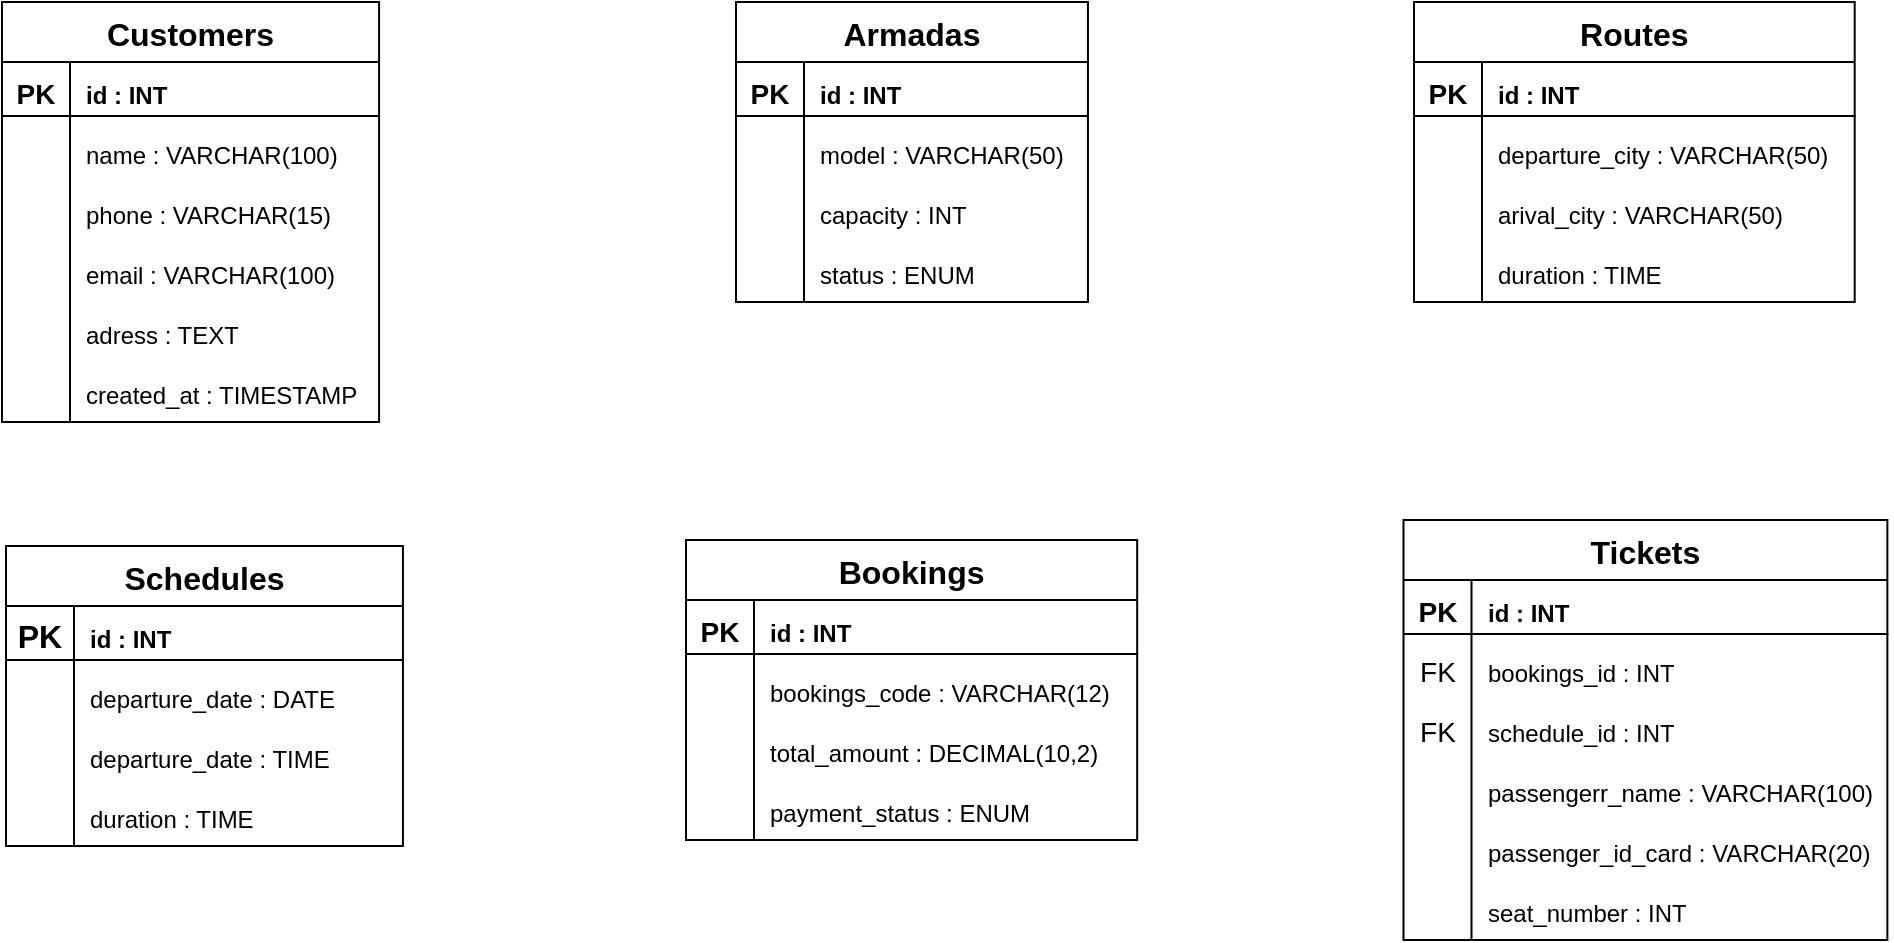
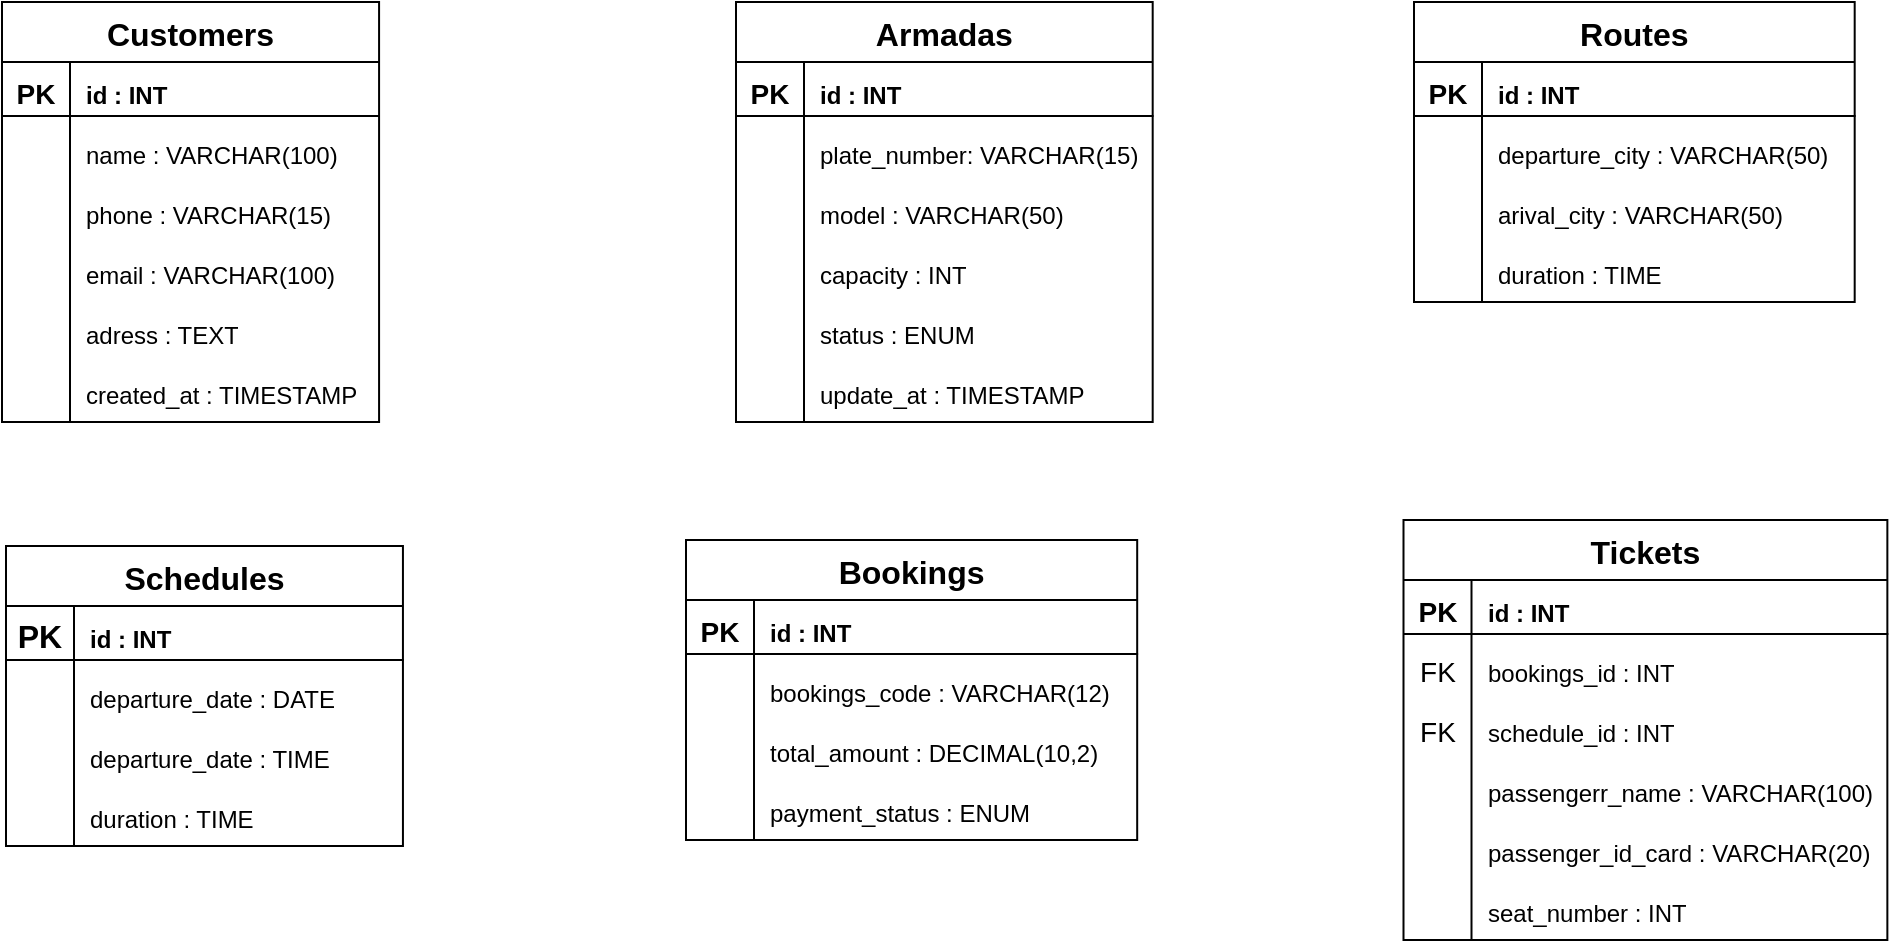
<mxfile host="Electron">
  <diagram name="Page-1" id="kJ8Mc6y_ZzB0DB1dgNBE">
-     <mxGraphModel dx="1019" dy="602" grid="0" gridSize="10" guides="1" tooltips="1" connect="1" arrows="1" fold="1" page="1" pageScale="1" pageWidth="1169" pageHeight="827" background="#ffffff" math="0" shadow="0">
+     <mxGraphModel dx="1439" dy="849" grid="0" gridSize="10" guides="1" tooltips="1" connect="1" arrows="1" fold="1" page="1" pageScale="1" pageWidth="1169" pageHeight="827" background="#ffffff" math="0" shadow="0">
      <root>
        <mxCell id="0" />
        <mxCell id="1" parent="0" />
        <mxCell id="spA_d-TOyame6YQLWrdW-179" parent="1" style="shape=table;startSize=30;container=1;collapsible=0;childLayout=tableLayout;fixedRows=1;rowLines=0;fontStyle=1;strokeColor=#000000;fontSize=16;fontColor=#000000;fillColor=#FFFFFF;" value="Customers" vertex="1">
          <mxGeometry height="210" width="188.54173932756737" x="130" y="88" as="geometry" />
        </mxCell>
        <mxCell id="spA_d-TOyame6YQLWrdW-180" parent="spA_d-TOyame6YQLWrdW-179" style="shape=tableRow;horizontal=0;startSize=0;swimlaneHead=0;swimlaneBody=0;top=0;left=0;bottom=0;right=0;collapsible=0;dropTarget=0;fillColor=none;points=[[0,0.5],[1,0.5]];portConstraint=eastwest;strokeColor=inherit;fontSize=16;" value="" vertex="1">
          <mxGeometry height="30" width="188.54173932756737" y="30" as="geometry" />
        </mxCell>
        <mxCell id="spA_d-TOyame6YQLWrdW-181" parent="spA_d-TOyame6YQLWrdW-180" style="shape=partialRectangle;html=1;whiteSpace=wrap;connectable=0;fillColor=none;top=0;left=0;bottom=0;right=0;overflow=hidden;pointerEvents=1;strokeColor=#000000;fontSize=16;fontColor=#000000;" value="&lt;b&gt;&lt;font style=&quot;font-size: 14px;&quot;&gt;PK&lt;/font&gt;&lt;/b&gt;" vertex="1">
          <mxGeometry height="30" width="34" as="geometry">
            <mxRectangle height="30" width="34" as="alternateBounds" />
          </mxGeometry>
        </mxCell>
        <mxCell id="spA_d-TOyame6YQLWrdW-182" parent="spA_d-TOyame6YQLWrdW-180" style="shape=partialRectangle;html=1;whiteSpace=wrap;connectable=0;fillColor=none;top=0;left=0;bottom=0;right=0;align=left;spacingLeft=6;overflow=hidden;strokeColor=#000000;fontSize=16;fontColor=#000000;" value="&lt;font style=&quot;font-size: 12px;&quot;&gt;&lt;b&gt;id : INT&lt;/b&gt;&lt;/font&gt;" vertex="1">
          <mxGeometry height="30" width="155" x="34" as="geometry">
            <mxRectangle height="30" width="155" as="alternateBounds" />
          </mxGeometry>
        </mxCell>
        <mxCell id="spA_d-TOyame6YQLWrdW-183" parent="spA_d-TOyame6YQLWrdW-179" style="shape=tableRow;horizontal=0;startSize=0;swimlaneHead=0;swimlaneBody=0;top=0;left=0;bottom=0;right=0;collapsible=0;dropTarget=0;fillColor=none;points=[[0,0.5],[1,0.5]];portConstraint=eastwest;strokeColor=inherit;fontSize=16;" value="" vertex="1">
          <mxGeometry height="30" width="188.54173932756737" y="60" as="geometry" />
        </mxCell>
        <mxCell id="spA_d-TOyame6YQLWrdW-184" parent="spA_d-TOyame6YQLWrdW-183" style="shape=partialRectangle;html=1;whiteSpace=wrap;connectable=0;fillColor=none;top=0;left=0;bottom=0;right=0;overflow=hidden;strokeColor=inherit;fontSize=16;fontColor=#000000;" value="" vertex="1">
          <mxGeometry height="30" width="34" as="geometry">
            <mxRectangle height="30" width="34" as="alternateBounds" />
          </mxGeometry>
        </mxCell>
        <mxCell id="spA_d-TOyame6YQLWrdW-185" parent="spA_d-TOyame6YQLWrdW-183" style="shape=partialRectangle;html=1;whiteSpace=wrap;connectable=0;fillColor=none;top=0;left=0;bottom=0;right=0;align=left;spacingLeft=6;overflow=hidden;strokeColor=inherit;fontSize=16;fontColor=#000000;" value="&lt;span style=&quot;color: rgb(0, 0, 0); font-size: 12px;&quot;&gt;name :&amp;nbsp;&lt;/span&gt;&lt;span style=&quot;color: rgb(0, 0, 0); font-size: 12px; text-align: center;&quot;&gt;VARCHAR(100)&lt;/span&gt;" vertex="1">
          <mxGeometry height="30" width="155" x="34" as="geometry">
            <mxRectangle height="30" width="155" as="alternateBounds" />
          </mxGeometry>
        </mxCell>
        <mxCell id="spA_d-TOyame6YQLWrdW-186" parent="spA_d-TOyame6YQLWrdW-179" style="shape=tableRow;horizontal=0;startSize=0;swimlaneHead=0;swimlaneBody=0;top=0;left=0;bottom=0;right=0;collapsible=0;dropTarget=0;fillColor=none;points=[[0,0.5],[1,0.5]];portConstraint=eastwest;strokeColor=inherit;fontSize=16;" value="" vertex="1">
          <mxGeometry height="30" width="188.54173932756737" y="90" as="geometry" />
        </mxCell>
        <mxCell id="spA_d-TOyame6YQLWrdW-187" parent="spA_d-TOyame6YQLWrdW-186" style="shape=partialRectangle;html=1;whiteSpace=wrap;connectable=0;fillColor=none;top=0;left=0;bottom=0;right=0;overflow=hidden;strokeColor=inherit;fontSize=16;fontColor=#000000;" value="" vertex="1">
          <mxGeometry height="30" width="34" as="geometry">
            <mxRectangle height="30" width="34" as="alternateBounds" />
          </mxGeometry>
        </mxCell>
        <mxCell id="spA_d-TOyame6YQLWrdW-188" parent="spA_d-TOyame6YQLWrdW-186" style="shape=partialRectangle;html=1;whiteSpace=wrap;connectable=0;fillColor=none;top=0;left=0;bottom=0;right=0;align=left;spacingLeft=6;overflow=hidden;strokeColor=inherit;fontSize=16;fontColor=#000000;" value="&lt;span style=&quot;color: rgb(0, 0, 0); font-size: 12px;&quot;&gt;phone :&amp;nbsp;&lt;/span&gt;&lt;span style=&quot;color: rgb(0, 0, 0); font-size: 12px; text-align: center;&quot;&gt;VARCHAR(15)&lt;/span&gt;" vertex="1">
          <mxGeometry height="30" width="155" x="34" as="geometry">
            <mxRectangle height="30" width="155" as="alternateBounds" />
          </mxGeometry>
        </mxCell>
        <mxCell id="Xo8xpW6T9qOqPY2RvKqo-4" parent="spA_d-TOyame6YQLWrdW-179" style="shape=tableRow;horizontal=0;startSize=0;swimlaneHead=0;swimlaneBody=0;top=0;left=0;bottom=0;right=0;collapsible=0;dropTarget=0;fillColor=none;points=[[0,0.5],[1,0.5]];portConstraint=eastwest;strokeColor=inherit;fontSize=16;" value="" vertex="1">
          <mxGeometry height="30" width="188.54173932756737" y="120" as="geometry" />
        </mxCell>
        <mxCell id="Xo8xpW6T9qOqPY2RvKqo-5" parent="Xo8xpW6T9qOqPY2RvKqo-4" style="shape=partialRectangle;html=1;whiteSpace=wrap;connectable=0;fillColor=none;top=0;left=0;bottom=0;right=0;overflow=hidden;strokeColor=inherit;fontSize=16;fontColor=#000000;" value="" vertex="1">
          <mxGeometry height="30" width="34" as="geometry">
            <mxRectangle height="30" width="34" as="alternateBounds" />
          </mxGeometry>
        </mxCell>
        <mxCell id="Xo8xpW6T9qOqPY2RvKqo-6" parent="Xo8xpW6T9qOqPY2RvKqo-4" style="shape=partialRectangle;html=1;whiteSpace=wrap;connectable=0;fillColor=none;top=0;left=0;bottom=0;right=0;align=left;spacingLeft=6;overflow=hidden;strokeColor=inherit;fontSize=16;fontColor=#000000;" value="&lt;span style=&quot;color: rgb(0, 0, 0); font-size: 12px;&quot;&gt;email :&amp;nbsp;&lt;/span&gt;&lt;span style=&quot;color: rgb(0, 0, 0); font-size: 12px; text-align: center;&quot;&gt;VARCHAR(100)&lt;/span&gt;" vertex="1">
          <mxGeometry height="30" width="155" x="34" as="geometry">
            <mxRectangle height="30" width="155" as="alternateBounds" />
          </mxGeometry>
        </mxCell>
        <mxCell id="4wj_1gfYNaP55m7zzhlJ-24" parent="spA_d-TOyame6YQLWrdW-179" style="shape=tableRow;horizontal=0;startSize=0;swimlaneHead=0;swimlaneBody=0;top=0;left=0;bottom=0;right=0;collapsible=0;dropTarget=0;fillColor=none;points=[[0,0.5],[1,0.5]];portConstraint=eastwest;strokeColor=inherit;fontSize=16;" value="" vertex="1">
          <mxGeometry height="30" width="188.54173932756737" y="150" as="geometry" />
        </mxCell>
        <mxCell id="4wj_1gfYNaP55m7zzhlJ-25" parent="4wj_1gfYNaP55m7zzhlJ-24" style="shape=partialRectangle;html=1;whiteSpace=wrap;connectable=0;fillColor=none;top=0;left=0;bottom=0;right=0;overflow=hidden;strokeColor=inherit;fontSize=16;fontColor=#000000;" value="" vertex="1">
          <mxGeometry height="30" width="34" as="geometry">
            <mxRectangle height="30" width="34" as="alternateBounds" />
          </mxGeometry>
        </mxCell>
        <mxCell id="4wj_1gfYNaP55m7zzhlJ-26" parent="4wj_1gfYNaP55m7zzhlJ-24" style="shape=partialRectangle;html=1;whiteSpace=wrap;connectable=0;fillColor=none;top=0;left=0;bottom=0;right=0;align=left;spacingLeft=6;overflow=hidden;strokeColor=inherit;fontSize=16;fontColor=#000000;" value="&lt;div style=&quot;text-align: center;&quot;&gt;&lt;span style=&quot;color: rgb(0, 0, 0); font-size: 12px; background-color: transparent;&quot;&gt;adress : TEXT&lt;/span&gt;&lt;/div&gt;" vertex="1">
          <mxGeometry height="30" width="155" x="34" as="geometry">
            <mxRectangle height="30" width="155" as="alternateBounds" />
          </mxGeometry>
        </mxCell>
        <mxCell id="4wj_1gfYNaP55m7zzhlJ-27" parent="spA_d-TOyame6YQLWrdW-179" style="shape=tableRow;horizontal=0;startSize=0;swimlaneHead=0;swimlaneBody=0;top=0;left=0;bottom=0;right=0;collapsible=0;dropTarget=0;fillColor=none;points=[[0,0.5],[1,0.5]];portConstraint=eastwest;strokeColor=inherit;fontSize=16;" value="" vertex="1">
          <mxGeometry height="30" width="188.54173932756737" y="180" as="geometry" />
        </mxCell>
        <mxCell id="4wj_1gfYNaP55m7zzhlJ-28" parent="4wj_1gfYNaP55m7zzhlJ-27" style="shape=partialRectangle;html=1;whiteSpace=wrap;connectable=0;fillColor=none;top=0;left=0;bottom=0;right=0;overflow=hidden;strokeColor=inherit;fontSize=16;fontColor=#000000;" value="" vertex="1">
          <mxGeometry height="30" width="34" as="geometry">
            <mxRectangle height="30" width="34" as="alternateBounds" />
          </mxGeometry>
        </mxCell>
        <mxCell id="4wj_1gfYNaP55m7zzhlJ-29" parent="4wj_1gfYNaP55m7zzhlJ-27" style="shape=partialRectangle;html=1;whiteSpace=wrap;connectable=0;fillColor=none;top=0;left=0;bottom=0;right=0;align=left;spacingLeft=6;overflow=hidden;strokeColor=inherit;fontSize=16;fontColor=#000000;" value="&lt;div style=&quot;text-align: center;&quot;&gt;&lt;span style=&quot;color: rgb(0, 0, 0); font-size: 12px; background-color: transparent;&quot;&gt;created_at : TIMESTAMP&lt;/span&gt;&lt;/div&gt;" vertex="1">
          <mxGeometry height="30" width="155" x="34" as="geometry">
            <mxRectangle height="30" width="155" as="alternateBounds" />
          </mxGeometry>
        </mxCell>
        <mxCell id="Xo8xpW6T9qOqPY2RvKqo-3" edge="1" parent="spA_d-TOyame6YQLWrdW-179" source="spA_d-TOyame6YQLWrdW-180" style="endArrow=none;html=1;rounded=0;strokeColor=#000000;entryX=1.002;entryY=0.898;entryDx=0;entryDy=0;entryPerimeter=0;exitX=0;exitY=0.9;exitDx=0;exitDy=0;exitPerimeter=0;" target="spA_d-TOyame6YQLWrdW-180" value="">
          <mxGeometry height="50" relative="1" width="50" as="geometry">
            <mxPoint x="72" y="102" as="sourcePoint" />
            <mxPoint x="122" y="52" as="targetPoint" />
          </mxGeometry>
        </mxCell>
        <mxCell id="Xo8xpW6T9qOqPY2RvKqo-7" parent="1" style="shape=table;startSize=30;container=1;collapsible=0;childLayout=tableLayout;fixedRows=1;rowLines=0;fontStyle=1;strokeColor=#000000;fontSize=16;fontColor=#000000;fillColor=#FFFFFF;" value="Armadas" vertex="1">
-           <mxGeometry height="150" width="175.9722609747027" x="497" y="88" as="geometry" />
+           <mxGeometry height="210" width="208.34497754179932" x="497" y="88" as="geometry" />
        </mxCell>
        <mxCell id="Xo8xpW6T9qOqPY2RvKqo-8" parent="Xo8xpW6T9qOqPY2RvKqo-7" style="shape=tableRow;horizontal=0;startSize=0;swimlaneHead=0;swimlaneBody=0;top=0;left=0;bottom=0;right=0;collapsible=0;dropTarget=0;fillColor=none;points=[[0,0.5],[1,0.5]];portConstraint=eastwest;strokeColor=inherit;fontSize=16;" value="" vertex="1">
-           <mxGeometry height="30" width="175.9722609747027" y="30" as="geometry" />
+           <mxGeometry height="30" width="208.34497754179932" y="30" as="geometry" />
        </mxCell>
        <mxCell id="Xo8xpW6T9qOqPY2RvKqo-9" parent="Xo8xpW6T9qOqPY2RvKqo-8" style="shape=partialRectangle;html=1;whiteSpace=wrap;connectable=0;fillColor=none;top=0;left=0;bottom=0;right=0;overflow=hidden;pointerEvents=1;strokeColor=#000000;fontSize=16;fontColor=#000000;" value="&lt;b&gt;&lt;font style=&quot;font-size: 14px;&quot;&gt;PK&lt;/font&gt;&lt;/b&gt;" vertex="1">
          <mxGeometry height="30" width="34" as="geometry">
            <mxRectangle height="30" width="34" as="alternateBounds" />
          </mxGeometry>
        </mxCell>
        <mxCell id="Xo8xpW6T9qOqPY2RvKqo-10" parent="Xo8xpW6T9qOqPY2RvKqo-8" style="shape=partialRectangle;html=1;whiteSpace=wrap;connectable=0;fillColor=none;top=0;left=0;bottom=0;right=0;align=left;spacingLeft=6;overflow=hidden;strokeColor=#000000;fontSize=16;fontColor=#000000;" value="&lt;font style=&quot;font-size: 12px;&quot;&gt;&lt;b&gt;id : INT&lt;/b&gt;&lt;/font&gt;" vertex="1">
-           <mxGeometry height="30" width="142" x="34" as="geometry">
-             <mxRectangle height="30" width="142" as="alternateBounds" />
+           <mxGeometry height="30" width="174" x="34" as="geometry">
+             <mxRectangle height="30" width="174" as="alternateBounds" />
          </mxGeometry>
        </mxCell>
        <mxCell id="Xo8xpW6T9qOqPY2RvKqo-11" parent="Xo8xpW6T9qOqPY2RvKqo-7" style="shape=tableRow;horizontal=0;startSize=0;swimlaneHead=0;swimlaneBody=0;top=0;left=0;bottom=0;right=0;collapsible=0;dropTarget=0;fillColor=none;points=[[0,0.5],[1,0.5]];portConstraint=eastwest;strokeColor=inherit;fontSize=16;" value="" vertex="1">
-           <mxGeometry height="30" width="175.9722609747027" y="60" as="geometry" />
+           <mxGeometry height="30" width="208.34497754179932" y="60" as="geometry" />
        </mxCell>
        <mxCell id="Xo8xpW6T9qOqPY2RvKqo-12" parent="Xo8xpW6T9qOqPY2RvKqo-11" style="shape=partialRectangle;html=1;whiteSpace=wrap;connectable=0;fillColor=none;top=0;left=0;bottom=0;right=0;overflow=hidden;strokeColor=inherit;fontSize=16;fontColor=#000000;" value="" vertex="1">
          <mxGeometry height="30" width="34" as="geometry">
            <mxRectangle height="30" width="34" as="alternateBounds" />
          </mxGeometry>
        </mxCell>
-         <mxCell id="Xo8xpW6T9qOqPY2RvKqo-13" parent="Xo8xpW6T9qOqPY2RvKqo-11" style="shape=partialRectangle;html=1;whiteSpace=wrap;connectable=0;fillColor=none;top=0;left=0;bottom=0;right=0;align=left;spacingLeft=6;overflow=hidden;strokeColor=inherit;fontSize=16;fontColor=#000000;" value="&lt;font color=&quot;#000000&quot;&gt;&lt;span style=&quot;font-size: 12px;&quot;&gt;model : VARCHAR(50)&lt;/span&gt;&lt;/font&gt;" vertex="1">
-           <mxGeometry height="30" width="142" x="34" as="geometry">
-             <mxRectangle height="30" width="142" as="alternateBounds" />
+         <mxCell id="Xo8xpW6T9qOqPY2RvKqo-13" parent="Xo8xpW6T9qOqPY2RvKqo-11" style="shape=partialRectangle;html=1;whiteSpace=wrap;connectable=0;fillColor=none;top=0;left=0;bottom=0;right=0;align=left;spacingLeft=6;overflow=hidden;strokeColor=inherit;fontSize=16;fontColor=#000000;" value="&lt;font color=&quot;#000000&quot;&gt;&lt;span style=&quot;font-size: 12px;&quot;&gt;plate_number: VARCHAR(&lt;/span&gt;&lt;span style=&quot;font-size: 12px;&quot;&gt;15&lt;/span&gt;&lt;span style=&quot;font-size: 12px;&quot;&gt;)&lt;/span&gt;&lt;/font&gt;" vertex="1">
+           <mxGeometry height="30" width="174" x="34" as="geometry">
+             <mxRectangle height="30" width="174" as="alternateBounds" />
          </mxGeometry>
        </mxCell>
        <mxCell id="Xo8xpW6T9qOqPY2RvKqo-14" parent="Xo8xpW6T9qOqPY2RvKqo-7" style="shape=tableRow;horizontal=0;startSize=0;swimlaneHead=0;swimlaneBody=0;top=0;left=0;bottom=0;right=0;collapsible=0;dropTarget=0;fillColor=none;points=[[0,0.5],[1,0.5]];portConstraint=eastwest;strokeColor=inherit;fontSize=16;" value="" vertex="1">
-           <mxGeometry height="30" width="175.9722609747027" y="90" as="geometry" />
+           <mxGeometry height="30" width="208.34497754179932" y="90" as="geometry" />
        </mxCell>
        <mxCell id="Xo8xpW6T9qOqPY2RvKqo-15" parent="Xo8xpW6T9qOqPY2RvKqo-14" style="shape=partialRectangle;html=1;whiteSpace=wrap;connectable=0;fillColor=none;top=0;left=0;bottom=0;right=0;overflow=hidden;strokeColor=inherit;fontSize=16;fontColor=#000000;" value="" vertex="1">
          <mxGeometry height="30" width="34" as="geometry">
            <mxRectangle height="30" width="34" as="alternateBounds" />
          </mxGeometry>
        </mxCell>
-         <mxCell id="Xo8xpW6T9qOqPY2RvKqo-16" parent="Xo8xpW6T9qOqPY2RvKqo-14" style="shape=partialRectangle;html=1;whiteSpace=wrap;connectable=0;fillColor=none;top=0;left=0;bottom=0;right=0;align=left;spacingLeft=6;overflow=hidden;strokeColor=inherit;fontSize=16;fontColor=#000000;" value="&lt;div style=&quot;text-align: center;&quot;&gt;&lt;span style=&quot;color: rgb(0, 0, 0); font-size: 12px; background-color: transparent;&quot;&gt;capacity : INT&lt;/span&gt;&lt;/div&gt;" vertex="1">
-           <mxGeometry height="30" width="142" x="34" as="geometry">
-             <mxRectangle height="30" width="142" as="alternateBounds" />
+         <mxCell id="Xo8xpW6T9qOqPY2RvKqo-16" parent="Xo8xpW6T9qOqPY2RvKqo-14" style="shape=partialRectangle;html=1;whiteSpace=wrap;connectable=0;fillColor=none;top=0;left=0;bottom=0;right=0;align=left;spacingLeft=6;overflow=hidden;strokeColor=inherit;fontSize=16;fontColor=#000000;" value="&lt;div style=&quot;text-align: center;&quot;&gt;&lt;span style=&quot;color: rgb(0, 0, 0); font-size: 12px; text-align: left;&quot;&gt;model : VARCHAR(50)&lt;/span&gt;&lt;/div&gt;" vertex="1">
+           <mxGeometry height="30" width="174" x="34" as="geometry">
+             <mxRectangle height="30" width="174" as="alternateBounds" />
          </mxGeometry>
        </mxCell>
        <mxCell id="Xo8xpW6T9qOqPY2RvKqo-17" parent="Xo8xpW6T9qOqPY2RvKqo-7" style="shape=tableRow;horizontal=0;startSize=0;swimlaneHead=0;swimlaneBody=0;top=0;left=0;bottom=0;right=0;collapsible=0;dropTarget=0;fillColor=none;points=[[0,0.5],[1,0.5]];portConstraint=eastwest;strokeColor=inherit;fontSize=16;" value="" vertex="1">
-           <mxGeometry height="30" width="175.9722609747027" y="120" as="geometry" />
+           <mxGeometry height="30" width="208.34497754179932" y="120" as="geometry" />
        </mxCell>
        <mxCell id="Xo8xpW6T9qOqPY2RvKqo-18" parent="Xo8xpW6T9qOqPY2RvKqo-17" style="shape=partialRectangle;html=1;whiteSpace=wrap;connectable=0;fillColor=none;top=0;left=0;bottom=0;right=0;overflow=hidden;strokeColor=inherit;fontSize=16;fontColor=#000000;" value="" vertex="1">
          <mxGeometry height="30" width="34" as="geometry">
            <mxRectangle height="30" width="34" as="alternateBounds" />
          </mxGeometry>
        </mxCell>
-         <mxCell id="Xo8xpW6T9qOqPY2RvKqo-19" parent="Xo8xpW6T9qOqPY2RvKqo-17" style="shape=partialRectangle;html=1;whiteSpace=wrap;connectable=0;fillColor=none;top=0;left=0;bottom=0;right=0;align=left;spacingLeft=6;overflow=hidden;strokeColor=inherit;fontSize=16;fontColor=#000000;" value="&lt;span style=&quot;color: rgb(0, 0, 0); font-size: 12px;&quot;&gt;status :&amp;nbsp;&lt;/span&gt;&lt;span style=&quot;color: rgb(0, 0, 0); font-size: 12px; text-align: center;&quot;&gt;ENUM&lt;/span&gt;" vertex="1">
-           <mxGeometry height="30" width="142" x="34" as="geometry">
-             <mxRectangle height="30" width="142" as="alternateBounds" />
+         <mxCell id="Xo8xpW6T9qOqPY2RvKqo-19" parent="Xo8xpW6T9qOqPY2RvKqo-17" style="shape=partialRectangle;html=1;whiteSpace=wrap;connectable=0;fillColor=none;top=0;left=0;bottom=0;right=0;align=left;spacingLeft=6;overflow=hidden;strokeColor=inherit;fontSize=16;fontColor=#000000;" value="&lt;span style=&quot;color: rgb(0, 0, 0); font-size: 12px; text-align: center;&quot;&gt;capacity : INT&lt;/span&gt;" vertex="1">
+           <mxGeometry height="30" width="174" x="34" as="geometry">
+             <mxRectangle height="30" width="174" as="alternateBounds" />
+           </mxGeometry>
+         </mxCell>
+         <mxCell id="BzmTT121cw_u00IB5EKc-1" parent="Xo8xpW6T9qOqPY2RvKqo-7" style="shape=tableRow;horizontal=0;startSize=0;swimlaneHead=0;swimlaneBody=0;top=0;left=0;bottom=0;right=0;collapsible=0;dropTarget=0;fillColor=none;points=[[0,0.5],[1,0.5]];portConstraint=eastwest;strokeColor=inherit;fontSize=16;" value="" vertex="1">
+           <mxGeometry height="30" width="208.34497754179932" y="150" as="geometry" />
+         </mxCell>
+         <mxCell id="BzmTT121cw_u00IB5EKc-2" parent="BzmTT121cw_u00IB5EKc-1" style="shape=partialRectangle;html=1;whiteSpace=wrap;connectable=0;fillColor=none;top=0;left=0;bottom=0;right=0;overflow=hidden;strokeColor=inherit;fontSize=16;fontColor=#000000;" value="" vertex="1">
+           <mxGeometry height="30" width="34" as="geometry">
+             <mxRectangle height="30" width="34" as="alternateBounds" />
+           </mxGeometry>
+         </mxCell>
+         <mxCell id="BzmTT121cw_u00IB5EKc-3" parent="BzmTT121cw_u00IB5EKc-1" style="shape=partialRectangle;html=1;whiteSpace=wrap;connectable=0;fillColor=none;top=0;left=0;bottom=0;right=0;align=left;spacingLeft=6;overflow=hidden;strokeColor=inherit;fontSize=16;fontColor=#000000;" value="&lt;span style=&quot;color: rgb(0, 0, 0); font-size: 12px;&quot;&gt;status :&amp;nbsp;&lt;/span&gt;&lt;span style=&quot;color: rgb(0, 0, 0); font-size: 12px; text-align: center;&quot;&gt;ENUM&lt;/span&gt;" vertex="1">
+           <mxGeometry height="30" width="174" x="34" as="geometry">
+             <mxRectangle height="30" width="174" as="alternateBounds" />
+           </mxGeometry>
+         </mxCell>
+         <mxCell id="BzmTT121cw_u00IB5EKc-4" parent="Xo8xpW6T9qOqPY2RvKqo-7" style="shape=tableRow;horizontal=0;startSize=0;swimlaneHead=0;swimlaneBody=0;top=0;left=0;bottom=0;right=0;collapsible=0;dropTarget=0;fillColor=none;points=[[0,0.5],[1,0.5]];portConstraint=eastwest;strokeColor=inherit;fontSize=16;" value="" vertex="1">
+           <mxGeometry height="30" width="208.34497754179932" y="180" as="geometry" />
+         </mxCell>
+         <mxCell id="BzmTT121cw_u00IB5EKc-5" parent="BzmTT121cw_u00IB5EKc-4" style="shape=partialRectangle;html=1;whiteSpace=wrap;connectable=0;fillColor=none;top=0;left=0;bottom=0;right=0;overflow=hidden;strokeColor=inherit;fontSize=16;fontColor=#000000;" value="" vertex="1">
+           <mxGeometry height="30" width="34" as="geometry">
+             <mxRectangle height="30" width="34" as="alternateBounds" />
+           </mxGeometry>
+         </mxCell>
+         <mxCell id="BzmTT121cw_u00IB5EKc-6" parent="BzmTT121cw_u00IB5EKc-4" style="shape=partialRectangle;html=1;whiteSpace=wrap;connectable=0;fillColor=none;top=0;left=0;bottom=0;right=0;align=left;spacingLeft=6;overflow=hidden;strokeColor=inherit;fontSize=16;fontColor=#000000;" value="&lt;div style=&quot;text-align: center;&quot;&gt;&lt;span style=&quot;color: rgb(0, 0, 0); font-size: 12px; background-color: transparent;&quot;&gt;update_at : TIMESTAMP&lt;/span&gt;&lt;/div&gt;" vertex="1">
+           <mxGeometry height="30" width="174" x="34" as="geometry">
+             <mxRectangle height="30" width="174" as="alternateBounds" />
          </mxGeometry>
        </mxCell>
        <mxCell id="Xo8xpW6T9qOqPY2RvKqo-20" edge="1" parent="Xo8xpW6T9qOqPY2RvKqo-7" source="Xo8xpW6T9qOqPY2RvKqo-8" style="endArrow=none;html=1;rounded=0;strokeColor=#000000;entryX=1.002;entryY=0.898;entryDx=0;entryDy=0;entryPerimeter=0;exitX=0;exitY=0.9;exitDx=0;exitDy=0;exitPerimeter=0;" target="Xo8xpW6T9qOqPY2RvKqo-8" value="">
          <mxGeometry height="50" relative="1" width="50" as="geometry">
            <mxPoint x="72" y="102" as="sourcePoint" />
            <mxPoint x="122" y="52" as="targetPoint" />
          </mxGeometry>
        </mxCell>
        <mxCell id="Xo8xpW6T9qOqPY2RvKqo-21" parent="1" style="shape=table;startSize=30;container=1;collapsible=0;childLayout=tableLayout;fixedRows=1;rowLines=0;fontStyle=1;strokeColor=#000000;fontSize=16;fontColor=#000000;fillColor=#FFFFFF;" value="Routes" vertex="1">
          <mxGeometry height="150" width="220.34746442522356" x="836" y="88" as="geometry" />
        </mxCell>
        <mxCell id="Xo8xpW6T9qOqPY2RvKqo-22" parent="Xo8xpW6T9qOqPY2RvKqo-21" style="shape=tableRow;horizontal=0;startSize=0;swimlaneHead=0;swimlaneBody=0;top=0;left=0;bottom=0;right=0;collapsible=0;dropTarget=0;fillColor=none;points=[[0,0.5],[1,0.5]];portConstraint=eastwest;strokeColor=inherit;fontSize=16;" value="" vertex="1">
          <mxGeometry height="30" width="220.34746442522356" y="30" as="geometry" />
        </mxCell>
        <mxCell id="Xo8xpW6T9qOqPY2RvKqo-23" parent="Xo8xpW6T9qOqPY2RvKqo-22" style="shape=partialRectangle;html=1;whiteSpace=wrap;connectable=0;fillColor=none;top=0;left=0;bottom=0;right=0;overflow=hidden;pointerEvents=1;strokeColor=#000000;fontSize=16;fontColor=#000000;" value="&lt;b&gt;&lt;font style=&quot;font-size: 14px;&quot;&gt;PK&lt;/font&gt;&lt;/b&gt;" vertex="1">
          <mxGeometry height="30" width="34" as="geometry">
            <mxRectangle height="30" width="34" as="alternateBounds" />
          </mxGeometry>
        </mxCell>
        <mxCell id="Xo8xpW6T9qOqPY2RvKqo-24" parent="Xo8xpW6T9qOqPY2RvKqo-22" style="shape=partialRectangle;html=1;whiteSpace=wrap;connectable=0;fillColor=none;top=0;left=0;bottom=0;right=0;align=left;spacingLeft=6;overflow=hidden;strokeColor=#000000;fontSize=16;fontColor=#000000;" value="&lt;font style=&quot;font-size: 12px;&quot;&gt;&lt;b&gt;id : INT&lt;/b&gt;&lt;/font&gt;" vertex="1">
          <mxGeometry height="30" width="186" x="34" as="geometry">
            <mxRectangle height="30" width="186" as="alternateBounds" />
          </mxGeometry>
        </mxCell>
        <mxCell id="Xo8xpW6T9qOqPY2RvKqo-25" parent="Xo8xpW6T9qOqPY2RvKqo-21" style="shape=tableRow;horizontal=0;startSize=0;swimlaneHead=0;swimlaneBody=0;top=0;left=0;bottom=0;right=0;collapsible=0;dropTarget=0;fillColor=none;points=[[0,0.5],[1,0.5]];portConstraint=eastwest;strokeColor=inherit;fontSize=16;" value="" vertex="1">
          <mxGeometry height="30" width="220.34746442522356" y="60" as="geometry" />
        </mxCell>
        <mxCell id="Xo8xpW6T9qOqPY2RvKqo-26" parent="Xo8xpW6T9qOqPY2RvKqo-25" style="shape=partialRectangle;html=1;whiteSpace=wrap;connectable=0;fillColor=none;top=0;left=0;bottom=0;right=0;overflow=hidden;strokeColor=inherit;fontSize=16;fontColor=#000000;" value="" vertex="1">
          <mxGeometry height="30" width="34" as="geometry">
            <mxRectangle height="30" width="34" as="alternateBounds" />
          </mxGeometry>
        </mxCell>
        <mxCell id="Xo8xpW6T9qOqPY2RvKqo-27" parent="Xo8xpW6T9qOqPY2RvKqo-25" style="shape=partialRectangle;html=1;whiteSpace=wrap;connectable=0;fillColor=none;top=0;left=0;bottom=0;right=0;align=left;spacingLeft=6;overflow=hidden;strokeColor=inherit;fontSize=16;fontColor=#000000;" value="&lt;font color=&quot;#000000&quot;&gt;&lt;span style=&quot;font-size: 12px;&quot;&gt;departure_city : VARCHAR(50)&lt;/span&gt;&lt;/font&gt;" vertex="1">
          <mxGeometry height="30" width="186" x="34" as="geometry">
            <mxRectangle height="30" width="186" as="alternateBounds" />
          </mxGeometry>
        </mxCell>
        <mxCell id="Xo8xpW6T9qOqPY2RvKqo-28" parent="Xo8xpW6T9qOqPY2RvKqo-21" style="shape=tableRow;horizontal=0;startSize=0;swimlaneHead=0;swimlaneBody=0;top=0;left=0;bottom=0;right=0;collapsible=0;dropTarget=0;fillColor=none;points=[[0,0.5],[1,0.5]];portConstraint=eastwest;strokeColor=inherit;fontSize=16;" value="" vertex="1">
          <mxGeometry height="30" width="220.34746442522356" y="90" as="geometry" />
        </mxCell>
        <mxCell id="Xo8xpW6T9qOqPY2RvKqo-29" parent="Xo8xpW6T9qOqPY2RvKqo-28" style="shape=partialRectangle;html=1;whiteSpace=wrap;connectable=0;fillColor=none;top=0;left=0;bottom=0;right=0;overflow=hidden;strokeColor=inherit;fontSize=16;fontColor=#000000;" value="" vertex="1">
          <mxGeometry height="30" width="34" as="geometry">
            <mxRectangle height="30" width="34" as="alternateBounds" />
          </mxGeometry>
        </mxCell>
        <mxCell id="Xo8xpW6T9qOqPY2RvKqo-30" parent="Xo8xpW6T9qOqPY2RvKqo-28" style="shape=partialRectangle;html=1;whiteSpace=wrap;connectable=0;fillColor=none;top=0;left=0;bottom=0;right=0;align=left;spacingLeft=6;overflow=hidden;strokeColor=inherit;fontSize=16;fontColor=#000000;" value="&lt;div style=&quot;text-align: center;&quot;&gt;&lt;span style=&quot;color: rgb(0, 0, 0); font-size: 12px; background-color: transparent;&quot;&gt;arival_city : VARCHAR(50)&lt;/span&gt;&lt;/div&gt;" vertex="1">
          <mxGeometry height="30" width="186" x="34" as="geometry">
            <mxRectangle height="30" width="186" as="alternateBounds" />
          </mxGeometry>
        </mxCell>
        <mxCell id="Xo8xpW6T9qOqPY2RvKqo-31" parent="Xo8xpW6T9qOqPY2RvKqo-21" style="shape=tableRow;horizontal=0;startSize=0;swimlaneHead=0;swimlaneBody=0;top=0;left=0;bottom=0;right=0;collapsible=0;dropTarget=0;fillColor=none;points=[[0,0.5],[1,0.5]];portConstraint=eastwest;strokeColor=inherit;fontSize=16;" value="" vertex="1">
          <mxGeometry height="30" width="220.34746442522356" y="120" as="geometry" />
        </mxCell>
        <mxCell id="Xo8xpW6T9qOqPY2RvKqo-32" parent="Xo8xpW6T9qOqPY2RvKqo-31" style="shape=partialRectangle;html=1;whiteSpace=wrap;connectable=0;fillColor=none;top=0;left=0;bottom=0;right=0;overflow=hidden;strokeColor=inherit;fontSize=16;fontColor=#000000;" value="" vertex="1">
          <mxGeometry height="30" width="34" as="geometry">
            <mxRectangle height="30" width="34" as="alternateBounds" />
          </mxGeometry>
        </mxCell>
        <mxCell id="Xo8xpW6T9qOqPY2RvKqo-33" parent="Xo8xpW6T9qOqPY2RvKqo-31" style="shape=partialRectangle;html=1;whiteSpace=wrap;connectable=0;fillColor=none;top=0;left=0;bottom=0;right=0;align=left;spacingLeft=6;overflow=hidden;strokeColor=inherit;fontSize=16;fontColor=#000000;" value="&lt;div style=&quot;text-align: center;&quot;&gt;&lt;span style=&quot;color: rgb(0, 0, 0); font-size: 12px; background-color: transparent;&quot;&gt;duration : TIME&lt;/span&gt;&lt;/div&gt;" vertex="1">
          <mxGeometry height="30" width="186" x="34" as="geometry">
            <mxRectangle height="30" width="186" as="alternateBounds" />
          </mxGeometry>
        </mxCell>
        <mxCell id="Xo8xpW6T9qOqPY2RvKqo-34" edge="1" parent="Xo8xpW6T9qOqPY2RvKqo-21" source="Xo8xpW6T9qOqPY2RvKqo-22" style="endArrow=none;html=1;rounded=0;strokeColor=#000000;entryX=1.002;entryY=0.898;entryDx=0;entryDy=0;entryPerimeter=0;exitX=0;exitY=0.9;exitDx=0;exitDy=0;exitPerimeter=0;" target="Xo8xpW6T9qOqPY2RvKqo-22" value="">
          <mxGeometry height="50" relative="1" width="50" as="geometry">
            <mxPoint x="72" y="102" as="sourcePoint" />
            <mxPoint x="122" y="52" as="targetPoint" />
          </mxGeometry>
        </mxCell>
        <mxCell id="Xo8xpW6T9qOqPY2RvKqo-49" parent="1" style="shape=table;startSize=30;container=1;collapsible=0;childLayout=tableLayout;fixedRows=1;rowLines=0;fontStyle=1;strokeColor=#000000;fontSize=16;fontColor=#000000;fillColor=#FFFFFF;" value="Schedules" vertex="1">
          <mxGeometry height="150" width="198.47246442522373" x="132" y="360" as="geometry" />
        </mxCell>
        <mxCell id="Xo8xpW6T9qOqPY2RvKqo-50" parent="Xo8xpW6T9qOqPY2RvKqo-49" style="shape=tableRow;horizontal=0;startSize=0;swimlaneHead=0;swimlaneBody=0;top=0;left=0;bottom=0;right=0;collapsible=0;dropTarget=0;fillColor=none;points=[[0,0.5],[1,0.5]];portConstraint=eastwest;strokeColor=inherit;fontSize=16;" value="" vertex="1">
          <mxGeometry height="30" width="198.47246442522373" y="30" as="geometry" />
        </mxCell>
        <mxCell id="Xo8xpW6T9qOqPY2RvKqo-51" parent="Xo8xpW6T9qOqPY2RvKqo-50" style="shape=partialRectangle;html=1;whiteSpace=wrap;connectable=0;fillColor=none;top=0;left=0;bottom=0;right=0;overflow=hidden;pointerEvents=1;strokeColor=#000000;fontSize=16;fontColor=#000000;" value="&lt;b&gt;PK&lt;/b&gt;" vertex="1">
          <mxGeometry height="30" width="34" as="geometry">
            <mxRectangle height="30" width="34" as="alternateBounds" />
          </mxGeometry>
        </mxCell>
        <mxCell id="Xo8xpW6T9qOqPY2RvKqo-52" parent="Xo8xpW6T9qOqPY2RvKqo-50" style="shape=partialRectangle;html=1;whiteSpace=wrap;connectable=0;fillColor=none;top=0;left=0;bottom=0;right=0;align=left;spacingLeft=6;overflow=hidden;strokeColor=#000000;fontSize=16;fontColor=#000000;" value="&lt;font style=&quot;font-size: 12px;&quot;&gt;&lt;b&gt;id : INT&lt;/b&gt;&lt;/font&gt;" vertex="1">
          <mxGeometry height="30" width="164" x="34" as="geometry">
            <mxRectangle height="30" width="164" as="alternateBounds" />
          </mxGeometry>
        </mxCell>
        <mxCell id="Xo8xpW6T9qOqPY2RvKqo-53" parent="Xo8xpW6T9qOqPY2RvKqo-49" style="shape=tableRow;horizontal=0;startSize=0;swimlaneHead=0;swimlaneBody=0;top=0;left=0;bottom=0;right=0;collapsible=0;dropTarget=0;fillColor=none;points=[[0,0.5],[1,0.5]];portConstraint=eastwest;strokeColor=inherit;fontSize=16;" value="" vertex="1">
          <mxGeometry height="30" width="198.47246442522373" y="60" as="geometry" />
        </mxCell>
        <mxCell id="Xo8xpW6T9qOqPY2RvKqo-54" parent="Xo8xpW6T9qOqPY2RvKqo-53" style="shape=partialRectangle;html=1;whiteSpace=wrap;connectable=0;fillColor=none;top=0;left=0;bottom=0;right=0;overflow=hidden;strokeColor=inherit;fontSize=16;fontColor=#000000;" value="" vertex="1">
          <mxGeometry height="30" width="34" as="geometry">
            <mxRectangle height="30" width="34" as="alternateBounds" />
          </mxGeometry>
        </mxCell>
        <mxCell id="Xo8xpW6T9qOqPY2RvKqo-55" parent="Xo8xpW6T9qOqPY2RvKqo-53" style="shape=partialRectangle;html=1;whiteSpace=wrap;connectable=0;fillColor=none;top=0;left=0;bottom=0;right=0;align=left;spacingLeft=6;overflow=hidden;strokeColor=inherit;fontSize=16;fontColor=#000000;" value="&lt;font color=&quot;#000000&quot;&gt;&lt;span style=&quot;font-size: 12px;&quot;&gt;departure_date : DATE&lt;/span&gt;&lt;/font&gt;" vertex="1">
          <mxGeometry height="30" width="164" x="34" as="geometry">
            <mxRectangle height="30" width="164" as="alternateBounds" />
          </mxGeometry>
        </mxCell>
        <mxCell id="Xo8xpW6T9qOqPY2RvKqo-56" parent="Xo8xpW6T9qOqPY2RvKqo-49" style="shape=tableRow;horizontal=0;startSize=0;swimlaneHead=0;swimlaneBody=0;top=0;left=0;bottom=0;right=0;collapsible=0;dropTarget=0;fillColor=none;points=[[0,0.5],[1,0.5]];portConstraint=eastwest;strokeColor=inherit;fontSize=16;" value="" vertex="1">
          <mxGeometry height="30" width="198.47246442522373" y="90" as="geometry" />
        </mxCell>
        <mxCell id="Xo8xpW6T9qOqPY2RvKqo-57" parent="Xo8xpW6T9qOqPY2RvKqo-56" style="shape=partialRectangle;html=1;whiteSpace=wrap;connectable=0;fillColor=none;top=0;left=0;bottom=0;right=0;overflow=hidden;strokeColor=inherit;fontSize=16;fontColor=#000000;" value="" vertex="1">
          <mxGeometry height="30" width="34" as="geometry">
            <mxRectangle height="30" width="34" as="alternateBounds" />
          </mxGeometry>
        </mxCell>
        <mxCell id="Xo8xpW6T9qOqPY2RvKqo-58" parent="Xo8xpW6T9qOqPY2RvKqo-56" style="shape=partialRectangle;html=1;whiteSpace=wrap;connectable=0;fillColor=none;top=0;left=0;bottom=0;right=0;align=left;spacingLeft=6;overflow=hidden;strokeColor=inherit;fontSize=16;fontColor=#000000;" value="&lt;div style=&quot;text-align: center;&quot;&gt;&lt;span style=&quot;color: rgb(0, 0, 0); font-size: 12px; background-color: transparent;&quot;&gt;&lt;span style=&quot;background-color: transparent; text-align: left;&quot;&gt;departure_date&lt;/span&gt;&amp;nbsp;: TIME&lt;/span&gt;&lt;/div&gt;" vertex="1">
          <mxGeometry height="30" width="164" x="34" as="geometry">
            <mxRectangle height="30" width="164" as="alternateBounds" />
          </mxGeometry>
        </mxCell>
        <mxCell id="Xo8xpW6T9qOqPY2RvKqo-59" parent="Xo8xpW6T9qOqPY2RvKqo-49" style="shape=tableRow;horizontal=0;startSize=0;swimlaneHead=0;swimlaneBody=0;top=0;left=0;bottom=0;right=0;collapsible=0;dropTarget=0;fillColor=none;points=[[0,0.5],[1,0.5]];portConstraint=eastwest;strokeColor=inherit;fontSize=16;" value="" vertex="1">
          <mxGeometry height="30" width="198.47246442522373" y="120" as="geometry" />
        </mxCell>
        <mxCell id="Xo8xpW6T9qOqPY2RvKqo-60" parent="Xo8xpW6T9qOqPY2RvKqo-59" style="shape=partialRectangle;html=1;whiteSpace=wrap;connectable=0;fillColor=none;top=0;left=0;bottom=0;right=0;overflow=hidden;strokeColor=inherit;fontSize=16;fontColor=#000000;" value="" vertex="1">
          <mxGeometry height="30" width="34" as="geometry">
            <mxRectangle height="30" width="34" as="alternateBounds" />
          </mxGeometry>
        </mxCell>
        <mxCell id="Xo8xpW6T9qOqPY2RvKqo-61" parent="Xo8xpW6T9qOqPY2RvKqo-59" style="shape=partialRectangle;html=1;whiteSpace=wrap;connectable=0;fillColor=none;top=0;left=0;bottom=0;right=0;align=left;spacingLeft=6;overflow=hidden;strokeColor=inherit;fontSize=16;fontColor=#000000;" value="&lt;div style=&quot;text-align: center;&quot;&gt;&lt;span style=&quot;color: rgb(0, 0, 0); font-size: 12px; background-color: transparent;&quot;&gt;duration : TIME&lt;/span&gt;&lt;/div&gt;" vertex="1">
          <mxGeometry height="30" width="164" x="34" as="geometry">
            <mxRectangle height="30" width="164" as="alternateBounds" />
          </mxGeometry>
        </mxCell>
        <mxCell id="Xo8xpW6T9qOqPY2RvKqo-62" edge="1" parent="Xo8xpW6T9qOqPY2RvKqo-49" source="Xo8xpW6T9qOqPY2RvKqo-50" style="endArrow=none;html=1;rounded=0;strokeColor=#000000;entryX=1.002;entryY=0.898;entryDx=0;entryDy=0;entryPerimeter=0;exitX=0;exitY=0.9;exitDx=0;exitDy=0;exitPerimeter=0;" target="Xo8xpW6T9qOqPY2RvKqo-50" value="">
          <mxGeometry height="50" relative="1" width="50" as="geometry">
            <mxPoint x="72" y="102" as="sourcePoint" />
            <mxPoint x="122" y="52" as="targetPoint" />
          </mxGeometry>
        </mxCell>
        <mxCell id="Xo8xpW6T9qOqPY2RvKqo-63" parent="1" style="shape=table;startSize=30;container=1;collapsible=0;childLayout=tableLayout;fixedRows=1;rowLines=0;fontStyle=1;strokeColor=#000000;fontSize=16;fontColor=#000000;fillColor=#FFFFFF;" value="Bookings" vertex="1">
          <mxGeometry height="150" width="225.59746442522385" x="472" y="357" as="geometry" />
        </mxCell>
        <mxCell id="Xo8xpW6T9qOqPY2RvKqo-64" parent="Xo8xpW6T9qOqPY2RvKqo-63" style="shape=tableRow;horizontal=0;startSize=0;swimlaneHead=0;swimlaneBody=0;top=0;left=0;bottom=0;right=0;collapsible=0;dropTarget=0;fillColor=none;points=[[0,0.5],[1,0.5]];portConstraint=eastwest;strokeColor=inherit;fontSize=16;" value="" vertex="1">
          <mxGeometry height="30" width="225.59746442522385" y="30" as="geometry" />
        </mxCell>
        <mxCell id="Xo8xpW6T9qOqPY2RvKqo-65" parent="Xo8xpW6T9qOqPY2RvKqo-64" style="shape=partialRectangle;html=1;whiteSpace=wrap;connectable=0;fillColor=none;top=0;left=0;bottom=0;right=0;overflow=hidden;pointerEvents=1;strokeColor=#000000;fontSize=16;fontColor=#000000;" value="&lt;b&gt;&lt;font style=&quot;font-size: 14px;&quot;&gt;PK&lt;/font&gt;&lt;/b&gt;" vertex="1">
          <mxGeometry height="30" width="34" as="geometry">
            <mxRectangle height="30" width="34" as="alternateBounds" />
          </mxGeometry>
        </mxCell>
        <mxCell id="Xo8xpW6T9qOqPY2RvKqo-66" parent="Xo8xpW6T9qOqPY2RvKqo-64" style="shape=partialRectangle;html=1;whiteSpace=wrap;connectable=0;fillColor=none;top=0;left=0;bottom=0;right=0;align=left;spacingLeft=6;overflow=hidden;strokeColor=#000000;fontSize=16;fontColor=#000000;" value="&lt;font style=&quot;font-size: 12px;&quot;&gt;&lt;b&gt;id : INT&lt;/b&gt;&lt;/font&gt;" vertex="1">
          <mxGeometry height="30" width="192" x="34" as="geometry">
            <mxRectangle height="30" width="192" as="alternateBounds" />
          </mxGeometry>
        </mxCell>
        <mxCell id="Xo8xpW6T9qOqPY2RvKqo-67" parent="Xo8xpW6T9qOqPY2RvKqo-63" style="shape=tableRow;horizontal=0;startSize=0;swimlaneHead=0;swimlaneBody=0;top=0;left=0;bottom=0;right=0;collapsible=0;dropTarget=0;fillColor=none;points=[[0,0.5],[1,0.5]];portConstraint=eastwest;strokeColor=inherit;fontSize=16;" value="" vertex="1">
          <mxGeometry height="30" width="225.59746442522385" y="60" as="geometry" />
        </mxCell>
        <mxCell id="Xo8xpW6T9qOqPY2RvKqo-68" parent="Xo8xpW6T9qOqPY2RvKqo-67" style="shape=partialRectangle;html=1;whiteSpace=wrap;connectable=0;fillColor=none;top=0;left=0;bottom=0;right=0;overflow=hidden;strokeColor=inherit;fontSize=16;fontColor=#000000;" value="" vertex="1">
          <mxGeometry height="30" width="34" as="geometry">
            <mxRectangle height="30" width="34" as="alternateBounds" />
          </mxGeometry>
        </mxCell>
        <mxCell id="Xo8xpW6T9qOqPY2RvKqo-69" parent="Xo8xpW6T9qOqPY2RvKqo-67" style="shape=partialRectangle;html=1;whiteSpace=wrap;connectable=0;fillColor=none;top=0;left=0;bottom=0;right=0;align=left;spacingLeft=6;overflow=hidden;strokeColor=inherit;fontSize=16;fontColor=#000000;" value="&lt;font color=&quot;#000000&quot;&gt;&lt;span style=&quot;font-size: 12px;&quot;&gt;bookings_code : VARCHAR(12)&lt;/span&gt;&lt;/font&gt;" vertex="1">
          <mxGeometry height="30" width="192" x="34" as="geometry">
            <mxRectangle height="30" width="192" as="alternateBounds" />
          </mxGeometry>
        </mxCell>
        <mxCell id="Xo8xpW6T9qOqPY2RvKqo-70" parent="Xo8xpW6T9qOqPY2RvKqo-63" style="shape=tableRow;horizontal=0;startSize=0;swimlaneHead=0;swimlaneBody=0;top=0;left=0;bottom=0;right=0;collapsible=0;dropTarget=0;fillColor=none;points=[[0,0.5],[1,0.5]];portConstraint=eastwest;strokeColor=inherit;fontSize=16;" value="" vertex="1">
          <mxGeometry height="30" width="225.59746442522385" y="90" as="geometry" />
        </mxCell>
        <mxCell id="Xo8xpW6T9qOqPY2RvKqo-71" parent="Xo8xpW6T9qOqPY2RvKqo-70" style="shape=partialRectangle;html=1;whiteSpace=wrap;connectable=0;fillColor=none;top=0;left=0;bottom=0;right=0;overflow=hidden;strokeColor=inherit;fontSize=16;fontColor=#000000;" value="" vertex="1">
          <mxGeometry height="30" width="34" as="geometry">
            <mxRectangle height="30" width="34" as="alternateBounds" />
          </mxGeometry>
        </mxCell>
        <mxCell id="Xo8xpW6T9qOqPY2RvKqo-72" parent="Xo8xpW6T9qOqPY2RvKqo-70" style="shape=partialRectangle;html=1;whiteSpace=wrap;connectable=0;fillColor=none;top=0;left=0;bottom=0;right=0;align=left;spacingLeft=6;overflow=hidden;strokeColor=inherit;fontSize=16;fontColor=#000000;" value="&lt;div style=&quot;text-align: left;&quot;&gt;&lt;span style=&quot;color: rgb(0, 0, 0); font-size: 12px; background-color: transparent;&quot;&gt;total_amount : DECIMAL(10,2)&lt;/span&gt;&lt;/div&gt;" vertex="1">
          <mxGeometry height="30" width="192" x="34" as="geometry">
            <mxRectangle height="30" width="192" as="alternateBounds" />
          </mxGeometry>
        </mxCell>
        <mxCell id="Xo8xpW6T9qOqPY2RvKqo-73" parent="Xo8xpW6T9qOqPY2RvKqo-63" style="shape=tableRow;horizontal=0;startSize=0;swimlaneHead=0;swimlaneBody=0;top=0;left=0;bottom=0;right=0;collapsible=0;dropTarget=0;fillColor=none;points=[[0,0.5],[1,0.5]];portConstraint=eastwest;strokeColor=inherit;fontSize=16;" value="" vertex="1">
          <mxGeometry height="30" width="225.59746442522385" y="120" as="geometry" />
        </mxCell>
        <mxCell id="Xo8xpW6T9qOqPY2RvKqo-74" parent="Xo8xpW6T9qOqPY2RvKqo-73" style="shape=partialRectangle;html=1;whiteSpace=wrap;connectable=0;fillColor=none;top=0;left=0;bottom=0;right=0;overflow=hidden;strokeColor=inherit;fontSize=16;fontColor=#000000;" value="" vertex="1">
          <mxGeometry height="30" width="34" as="geometry">
            <mxRectangle height="30" width="34" as="alternateBounds" />
          </mxGeometry>
        </mxCell>
        <mxCell id="Xo8xpW6T9qOqPY2RvKqo-75" parent="Xo8xpW6T9qOqPY2RvKqo-73" style="shape=partialRectangle;html=1;whiteSpace=wrap;connectable=0;fillColor=none;top=0;left=0;bottom=0;right=0;align=left;spacingLeft=6;overflow=hidden;strokeColor=inherit;fontSize=16;fontColor=#000000;" value="&lt;div style=&quot;text-align: center;&quot;&gt;&lt;span style=&quot;color: rgb(0, 0, 0); font-size: 12px; background-color: transparent;&quot;&gt;payment_status : ENUM&lt;/span&gt;&lt;/div&gt;" vertex="1">
          <mxGeometry height="30" width="192" x="34" as="geometry">
            <mxRectangle height="30" width="192" as="alternateBounds" />
          </mxGeometry>
        </mxCell>
        <mxCell id="Xo8xpW6T9qOqPY2RvKqo-76" edge="1" parent="Xo8xpW6T9qOqPY2RvKqo-63" source="Xo8xpW6T9qOqPY2RvKqo-64" style="endArrow=none;html=1;rounded=0;strokeColor=#000000;entryX=1.002;entryY=0.898;entryDx=0;entryDy=0;entryPerimeter=0;exitX=0;exitY=0.9;exitDx=0;exitDy=0;exitPerimeter=0;" target="Xo8xpW6T9qOqPY2RvKqo-64" value="">
          <mxGeometry height="50" relative="1" width="50" as="geometry">
            <mxPoint x="72" y="102" as="sourcePoint" />
            <mxPoint x="122" y="52" as="targetPoint" />
          </mxGeometry>
        </mxCell>
        <mxCell id="4wj_1gfYNaP55m7zzhlJ-1" parent="1" style="shape=table;startSize=30;container=1;collapsible=0;childLayout=tableLayout;fixedRows=1;rowLines=0;fontStyle=1;strokeColor=#000000;fontSize=16;fontColor=#000000;fillColor=#FFFFFF;" value="Tickets" vertex="1">
          <mxGeometry height="210" width="241.93083844866135" x="830.75" y="347" as="geometry" />
        </mxCell>
        <mxCell id="4wj_1gfYNaP55m7zzhlJ-2" parent="4wj_1gfYNaP55m7zzhlJ-1" style="shape=tableRow;horizontal=0;startSize=0;swimlaneHead=0;swimlaneBody=0;top=0;left=0;bottom=0;right=0;collapsible=0;dropTarget=0;fillColor=none;points=[[0,0.5],[1,0.5]];portConstraint=eastwest;strokeColor=inherit;fontSize=16;" value="" vertex="1">
          <mxGeometry height="30" width="241.93083844866135" y="30" as="geometry" />
        </mxCell>
        <mxCell id="4wj_1gfYNaP55m7zzhlJ-3" parent="4wj_1gfYNaP55m7zzhlJ-2" style="shape=partialRectangle;html=1;whiteSpace=wrap;connectable=0;fillColor=none;top=0;left=0;bottom=0;right=0;overflow=hidden;pointerEvents=1;strokeColor=#000000;fontSize=16;fontColor=#000000;" value="&lt;b&gt;&lt;font style=&quot;font-size: 14px;&quot;&gt;PK&lt;/font&gt;&lt;/b&gt;" vertex="1">
          <mxGeometry height="30" width="34" as="geometry">
            <mxRectangle height="30" width="34" as="alternateBounds" />
          </mxGeometry>
        </mxCell>
        <mxCell id="4wj_1gfYNaP55m7zzhlJ-4" parent="4wj_1gfYNaP55m7zzhlJ-2" style="shape=partialRectangle;html=1;whiteSpace=wrap;connectable=0;fillColor=none;top=0;left=0;bottom=0;right=0;align=left;spacingLeft=6;overflow=hidden;strokeColor=#000000;fontSize=16;fontColor=#000000;" value="&lt;font style=&quot;font-size: 12px;&quot;&gt;&lt;b&gt;id : INT&lt;/b&gt;&lt;/font&gt;" vertex="1">
          <mxGeometry height="30" width="208" x="34" as="geometry">
            <mxRectangle height="30" width="208" as="alternateBounds" />
          </mxGeometry>
        </mxCell>
        <mxCell id="4wj_1gfYNaP55m7zzhlJ-5" parent="4wj_1gfYNaP55m7zzhlJ-1" style="shape=tableRow;horizontal=0;startSize=0;swimlaneHead=0;swimlaneBody=0;top=0;left=0;bottom=0;right=0;collapsible=0;dropTarget=0;fillColor=none;points=[[0,0.5],[1,0.5]];portConstraint=eastwest;strokeColor=inherit;fontSize=16;" value="" vertex="1">
          <mxGeometry height="30" width="241.93083844866135" y="60" as="geometry" />
        </mxCell>
        <mxCell id="4wj_1gfYNaP55m7zzhlJ-6" parent="4wj_1gfYNaP55m7zzhlJ-5" style="shape=partialRectangle;html=1;whiteSpace=wrap;connectable=0;fillColor=none;top=0;left=0;bottom=0;right=0;overflow=hidden;strokeColor=inherit;fontSize=16;fontColor=#000000;" value="&lt;font style=&quot;font-size: 14px;&quot;&gt;FK&lt;/font&gt;" vertex="1">
          <mxGeometry height="30" width="34" as="geometry">
            <mxRectangle height="30" width="34" as="alternateBounds" />
          </mxGeometry>
        </mxCell>
        <mxCell id="4wj_1gfYNaP55m7zzhlJ-7" parent="4wj_1gfYNaP55m7zzhlJ-5" style="shape=partialRectangle;html=1;whiteSpace=wrap;connectable=0;fillColor=none;top=0;left=0;bottom=0;right=0;align=left;spacingLeft=6;overflow=hidden;strokeColor=inherit;fontSize=16;fontColor=#000000;" value="&lt;font color=&quot;#000000&quot;&gt;&lt;span style=&quot;font-size: 12px;&quot;&gt;bookings_id : INT&lt;/span&gt;&lt;/font&gt;" vertex="1">
          <mxGeometry height="30" width="208" x="34" as="geometry">
            <mxRectangle height="30" width="208" as="alternateBounds" />
          </mxGeometry>
        </mxCell>
        <mxCell id="4wj_1gfYNaP55m7zzhlJ-8" parent="4wj_1gfYNaP55m7zzhlJ-1" style="shape=tableRow;horizontal=0;startSize=0;swimlaneHead=0;swimlaneBody=0;top=0;left=0;bottom=0;right=0;collapsible=0;dropTarget=0;fillColor=none;points=[[0,0.5],[1,0.5]];portConstraint=eastwest;strokeColor=inherit;fontSize=16;" value="" vertex="1">
          <mxGeometry height="30" width="241.93083844866135" y="90" as="geometry" />
        </mxCell>
        <mxCell id="4wj_1gfYNaP55m7zzhlJ-9" parent="4wj_1gfYNaP55m7zzhlJ-8" style="shape=partialRectangle;html=1;whiteSpace=wrap;connectable=0;fillColor=none;top=0;left=0;bottom=0;right=0;overflow=hidden;strokeColor=inherit;fontSize=16;fontColor=#000000;" value="&lt;span style=&quot;font-size: 14px;&quot;&gt;FK&lt;/span&gt;" vertex="1">
          <mxGeometry height="30" width="34" as="geometry">
            <mxRectangle height="30" width="34" as="alternateBounds" />
          </mxGeometry>
        </mxCell>
        <mxCell id="4wj_1gfYNaP55m7zzhlJ-10" parent="4wj_1gfYNaP55m7zzhlJ-8" style="shape=partialRectangle;html=1;whiteSpace=wrap;connectable=0;fillColor=none;top=0;left=0;bottom=0;right=0;align=left;spacingLeft=6;overflow=hidden;strokeColor=inherit;fontSize=16;fontColor=#000000;" value="&lt;div style=&quot;text-align: left;&quot;&gt;&lt;span style=&quot;color: rgb(0, 0, 0); font-size: 12px;&quot;&gt;schedule_id : INT&lt;/span&gt;&lt;/div&gt;" vertex="1">
          <mxGeometry height="30" width="208" x="34" as="geometry">
            <mxRectangle height="30" width="208" as="alternateBounds" />
          </mxGeometry>
        </mxCell>
        <mxCell id="4wj_1gfYNaP55m7zzhlJ-11" parent="4wj_1gfYNaP55m7zzhlJ-1" style="shape=tableRow;horizontal=0;startSize=0;swimlaneHead=0;swimlaneBody=0;top=0;left=0;bottom=0;right=0;collapsible=0;dropTarget=0;fillColor=none;points=[[0,0.5],[1,0.5]];portConstraint=eastwest;strokeColor=inherit;fontSize=16;" value="" vertex="1">
          <mxGeometry height="30" width="241.93083844866135" y="120" as="geometry" />
        </mxCell>
        <mxCell id="4wj_1gfYNaP55m7zzhlJ-12" parent="4wj_1gfYNaP55m7zzhlJ-11" style="shape=partialRectangle;html=1;whiteSpace=wrap;connectable=0;fillColor=none;top=0;left=0;bottom=0;right=0;overflow=hidden;strokeColor=inherit;fontSize=16;fontColor=#000000;" value="" vertex="1">
          <mxGeometry height="30" width="34" as="geometry">
            <mxRectangle height="30" width="34" as="alternateBounds" />
          </mxGeometry>
        </mxCell>
        <mxCell id="4wj_1gfYNaP55m7zzhlJ-13" parent="4wj_1gfYNaP55m7zzhlJ-11" style="shape=partialRectangle;html=1;whiteSpace=wrap;connectable=0;fillColor=none;top=0;left=0;bottom=0;right=0;align=left;spacingLeft=6;overflow=hidden;strokeColor=inherit;fontSize=16;fontColor=#000000;" value="&lt;div style=&quot;text-align: center;&quot;&gt;&lt;span style=&quot;color: rgb(0, 0, 0); font-size: 12px; text-align: left;&quot;&gt;passengerr_name : VARCHAR(100)&lt;/span&gt;&lt;/div&gt;" vertex="1">
          <mxGeometry height="30" width="208" x="34" as="geometry">
            <mxRectangle height="30" width="208" as="alternateBounds" />
          </mxGeometry>
        </mxCell>
        <mxCell id="4wj_1gfYNaP55m7zzhlJ-15" parent="4wj_1gfYNaP55m7zzhlJ-1" style="shape=tableRow;horizontal=0;startSize=0;swimlaneHead=0;swimlaneBody=0;top=0;left=0;bottom=0;right=0;collapsible=0;dropTarget=0;fillColor=none;points=[[0,0.5],[1,0.5]];portConstraint=eastwest;strokeColor=inherit;fontSize=16;" value="" vertex="1">
          <mxGeometry height="30" width="241.93083844866135" y="150" as="geometry" />
        </mxCell>
        <mxCell id="4wj_1gfYNaP55m7zzhlJ-16" parent="4wj_1gfYNaP55m7zzhlJ-15" style="shape=partialRectangle;html=1;whiteSpace=wrap;connectable=0;fillColor=none;top=0;left=0;bottom=0;right=0;overflow=hidden;strokeColor=inherit;fontSize=16;fontColor=#000000;" value="" vertex="1">
          <mxGeometry height="30" width="34" as="geometry">
            <mxRectangle height="30" width="34" as="alternateBounds" />
          </mxGeometry>
        </mxCell>
        <mxCell id="4wj_1gfYNaP55m7zzhlJ-17" parent="4wj_1gfYNaP55m7zzhlJ-15" style="shape=partialRectangle;html=1;whiteSpace=wrap;connectable=0;fillColor=none;top=0;left=0;bottom=0;right=0;align=left;spacingLeft=6;overflow=hidden;strokeColor=inherit;fontSize=16;fontColor=#000000;" value="&lt;div style=&quot;text-align: center;&quot;&gt;&lt;span style=&quot;color: rgb(0, 0, 0); font-size: 12px; text-align: left;&quot;&gt;passenger_id_card : VARCHAR(20)&lt;/span&gt;&lt;/div&gt;" vertex="1">
          <mxGeometry height="30" width="208" x="34" as="geometry">
            <mxRectangle height="30" width="208" as="alternateBounds" />
          </mxGeometry>
        </mxCell>
        <mxCell id="4wj_1gfYNaP55m7zzhlJ-18" parent="4wj_1gfYNaP55m7zzhlJ-1" style="shape=tableRow;horizontal=0;startSize=0;swimlaneHead=0;swimlaneBody=0;top=0;left=0;bottom=0;right=0;collapsible=0;dropTarget=0;fillColor=none;points=[[0,0.5],[1,0.5]];portConstraint=eastwest;strokeColor=inherit;fontSize=16;" value="" vertex="1">
          <mxGeometry height="30" width="241.93083844866135" y="180" as="geometry" />
        </mxCell>
        <mxCell id="4wj_1gfYNaP55m7zzhlJ-19" parent="4wj_1gfYNaP55m7zzhlJ-18" style="shape=partialRectangle;html=1;whiteSpace=wrap;connectable=0;fillColor=none;top=0;left=0;bottom=0;right=0;overflow=hidden;strokeColor=inherit;fontSize=16;fontColor=#000000;" value="" vertex="1">
          <mxGeometry height="30" width="34" as="geometry">
            <mxRectangle height="30" width="34" as="alternateBounds" />
          </mxGeometry>
        </mxCell>
        <mxCell id="4wj_1gfYNaP55m7zzhlJ-20" parent="4wj_1gfYNaP55m7zzhlJ-18" style="shape=partialRectangle;html=1;whiteSpace=wrap;connectable=0;fillColor=none;top=0;left=0;bottom=0;right=0;align=left;spacingLeft=6;overflow=hidden;strokeColor=inherit;fontSize=16;fontColor=#000000;" value="&lt;div style=&quot;text-align: center;&quot;&gt;&lt;span style=&quot;color: rgb(0, 0, 0); font-size: 12px; text-align: left;&quot;&gt;seat_number : INT&lt;/span&gt;&lt;/div&gt;" vertex="1">
          <mxGeometry height="30" width="208" x="34" as="geometry">
            <mxRectangle height="30" width="208" as="alternateBounds" />
          </mxGeometry>
        </mxCell>
        <mxCell id="4wj_1gfYNaP55m7zzhlJ-14" edge="1" parent="4wj_1gfYNaP55m7zzhlJ-1" source="4wj_1gfYNaP55m7zzhlJ-2" style="endArrow=none;html=1;rounded=0;strokeColor=#000000;entryX=1.002;entryY=0.898;entryDx=0;entryDy=0;entryPerimeter=0;exitX=0;exitY=0.9;exitDx=0;exitDy=0;exitPerimeter=0;" target="4wj_1gfYNaP55m7zzhlJ-2" value="">
          <mxGeometry height="50" relative="1" width="50" as="geometry">
            <mxPoint x="72" y="102" as="sourcePoint" />
            <mxPoint x="122" y="52" as="targetPoint" />
          </mxGeometry>
        </mxCell>
      </root>
    </mxGraphModel>
  </diagram>
</mxfile>
